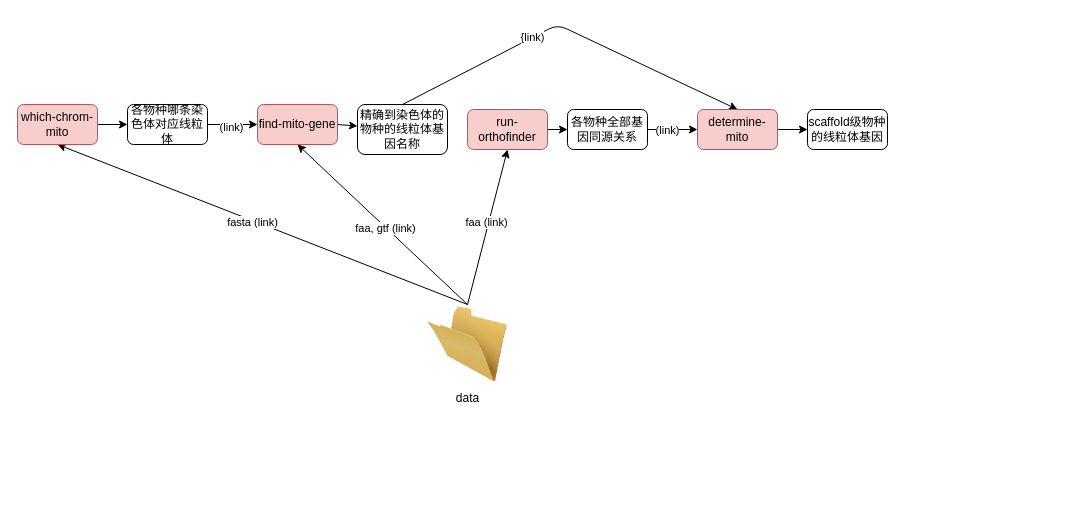
Earlier version of the draw.io diagram .structure/structure.drawio (zliu90693/check-scaffold-mito). Source tidied: cells renumbered, new cells numbered last; positions are measured from the earlier drawing's top-left corner, leaving out a move shared by most shapes. Both pictures are drawn from the tidied source at 100%, with x=0, y=0 at pixel (17, 24).
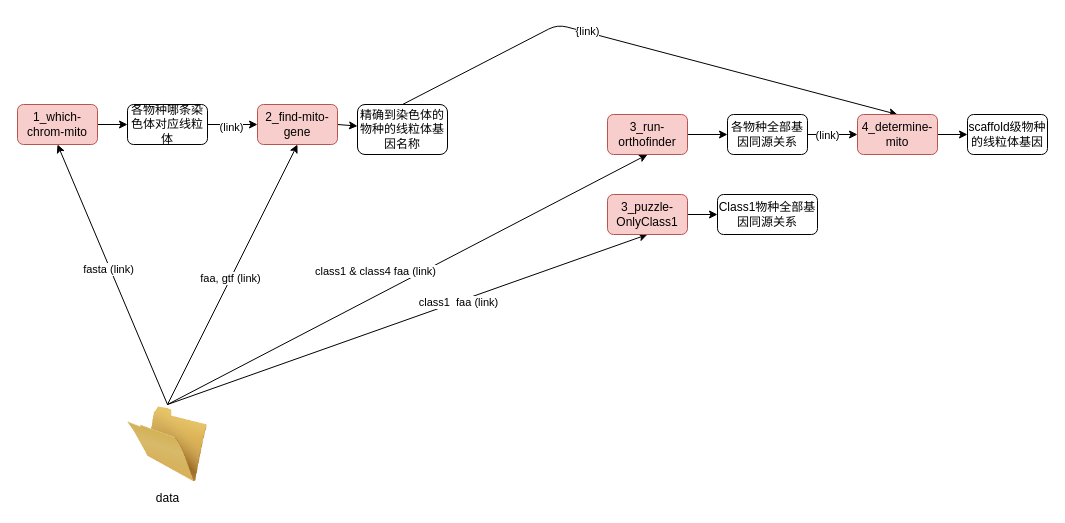
The same diagram, later.

Commit message (it also covers changes not shown here):
3 puzzle Class1

Unchanged cells that the change refers to:
```xml
<mxCell id="6" style="edgeStyle=none;html=1;exitX=0.5;exitY=0;exitDx=0;exitDy=0;entryX=0.5;entryY=1;entryDx=0;entryDy=0;" parent="1" edge="1" source="8" target="20">
  <mxGeometry relative="1" as="geometry" />
</mxCell>
```

Diff of the diagram source:
```diff
@@
-    <mxCell id="7" value="faa (link)" style="edgeLabel;html=1;align=center;verticalAlign=middle;" parent="6" vertex="1">
-      <mxGeometry x="0.05" y="3" relative="1" as="geometry" />
+    <mxCell id="7" value="class1 &amp;amp; class4 faa (link)" style="edgeLabel;html=1;align=center;verticalAlign=middle;" parent="6" vertex="1">
+      <mxGeometry x="0.05" y="3" relative="1" as="geometry">
+        <mxPoint x="-43" as="offset" />
+      </mxGeometry>
     </mxCell>
+    <mxCell id="27" style="edgeStyle=none;html=1;exitX=0.5;exitY=0;exitDx=0;exitDy=0;entryX=0.5;entryY=1;entryDx=0;entryDy=0;" parent="1" edge="1" source="8" target="31">
+      <mxGeometry relative="1" as="geometry" />
+    </mxCell>
+    <mxCell id="28" style="edgeLabel;html=1;align=center;verticalAlign=middle;" parent="27" vertex="1">
+      <mxGeometry x="0.3" relative="1" as="geometry" />
+    </mxCell>
+    <mxCell id="29" value="&lt;span style=&quot;color: rgb(0, 0, 0);&quot;&gt;class1&amp;nbsp; faa (link)&lt;/span&gt;" style="edgeLabel;html=1;align=center;verticalAlign=middle;" parent="27" vertex="1">
+      <mxGeometry x="0.21" relative="1" as="geometry" />
+    </mxCell>
     <mxCell id="8" value="data" style="image;html=1;image=img/lib/clip_art/general/Empty_Folder_128x128.png;" parent="1" vertex="1">
-      <mxGeometry x="410" y="280" width="80" height="80" as="geometry" />
+      <mxGeometry x="110" y="380" width="80" height="80" as="geometry" />
     </mxCell>
@@
-    <mxCell id="10" value="which-chrom-mito" style="rounded=1;whiteSpace=wrap;html=1;fillColor=#f8cecc;strokeColor=#b85450;" parent="1" vertex="1">
+    <mxCell id="10" value="1_which-chrom-mito" style="rounded=1;whiteSpace=wrap;html=1;fillColor=#f8cecc;strokeColor=#b85450;" parent="1" vertex="1">
       <mxGeometry y="80" width="80" height="40" as="geometry" />
     </mxCell>
@@
-    <mxCell id="15" value="find-mito-gene" style="rounded=1;whiteSpace=wrap;html=1;fillColor=#f8cecc;strokeColor=#b85450;" parent="1" vertex="1">
+    <mxCell id="15" value="2_find-mito-gene" style="rounded=1;whiteSpace=wrap;html=1;fillColor=#f8cecc;strokeColor=#b85450;" parent="1" vertex="1">
       <mxGeometry x="240" y="80" width="80" height="40" as="geometry" />
     </mxCell>
@@
-    <mxCell id="20" value="run-orthofinder" style="rounded=1;whiteSpace=wrap;html=1;fillColor=#f8cecc;strokeColor=#b85450;" parent="1" vertex="1">
-      <mxGeometry x="450" y="85" width="80" height="40" as="geometry" />
+    <mxCell id="20" value="3_run-orthofinder" style="rounded=1;whiteSpace=wrap;html=1;fillColor=#f8cecc;strokeColor=#b85450;" parent="1" vertex="1">
+      <mxGeometry x="590" y="90" width="80" height="40" as="geometry" />
     </mxCell>
@@
     <mxCell id="23" value="各物种全部基因同源关系" style="rounded=1;whiteSpace=wrap;html=1;" parent="1" vertex="1">
-      <mxGeometry x="550" y="85" width="80" height="40" as="geometry" />
+      <mxGeometry x="710" y="90" width="80" height="40" as="geometry" />
     </mxCell>
@@
-    <mxCell id="25" value="determine-mito" style="rounded=1;whiteSpace=wrap;html=1;fillColor=#f8cecc;strokeColor=#b85450;" parent="1" vertex="1">
-      <mxGeometry x="680" y="85" width="80" height="40" as="geometry" />
+    <mxCell id="25" value="4_determine-mito" style="rounded=1;whiteSpace=wrap;html=1;fillColor=#f8cecc;strokeColor=#b85450;" parent="1" vertex="1">
+      <mxGeometry x="840" y="90" width="80" height="40" as="geometry" />
     </mxCell>
     <mxCell id="26" value="scaffold级物种的线粒体基因" style="rounded=1;whiteSpace=wrap;html=1;" parent="1" vertex="1">
-      <mxGeometry x="790" y="85" width="80" height="40" as="geometry" />
+      <mxGeometry x="950" y="90" width="80" height="40" as="geometry" />
     </mxCell>
+    <mxCell id="30" style="edgeStyle=none;html=1;exitX=1;exitY=0.5;exitDx=0;exitDy=0;entryX=0;entryY=0.5;entryDx=0;entryDy=0;" parent="1" edge="1" source="31" target="32">
+      <mxGeometry relative="1" as="geometry" />
+    </mxCell>
+    <mxCell id="31" value="3_puzzle-OnlyClass1" style="rounded=1;whiteSpace=wrap;html=1;fillColor=#f8cecc;strokeColor=#b85450;" parent="1" vertex="1">
+      <mxGeometry x="590" y="170" width="80" height="40" as="geometry" />
+    </mxCell>
+    <mxCell id="32" value="Class1物种全部基因同源关系" style="rounded=1;whiteSpace=wrap;html=1;" parent="1" vertex="1">
+      <mxGeometry x="700" y="170" width="100" height="40" as="geometry" />
+    </mxCell>
```
